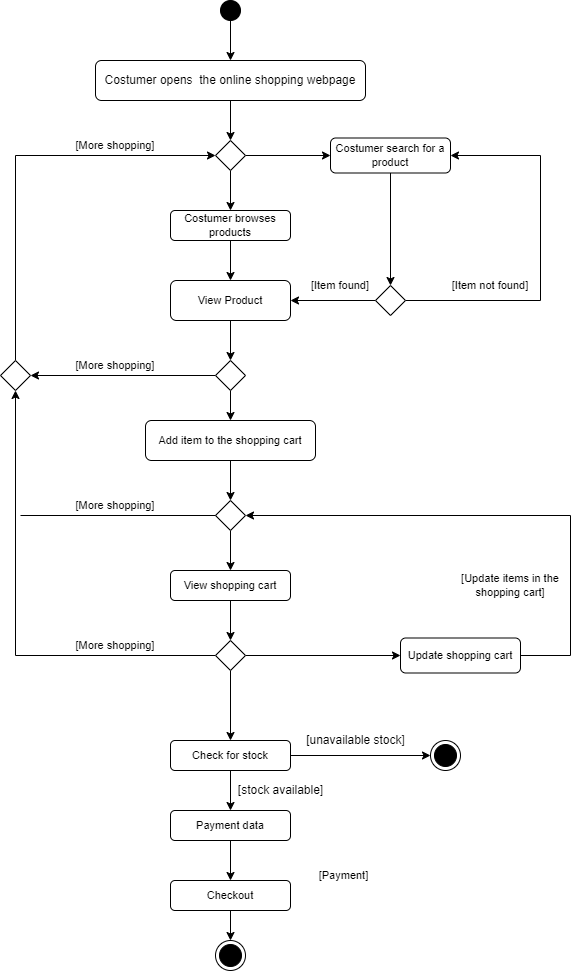
The draw.io diagram diagramas/Diagrama de atividades.png in JoshuaJones27/FetchCode, before a commit. Source tidied: cells renumbered, new cells last; positions are measured from the earlier drawing's top-left corner, leaving out a move shared by most shapes.
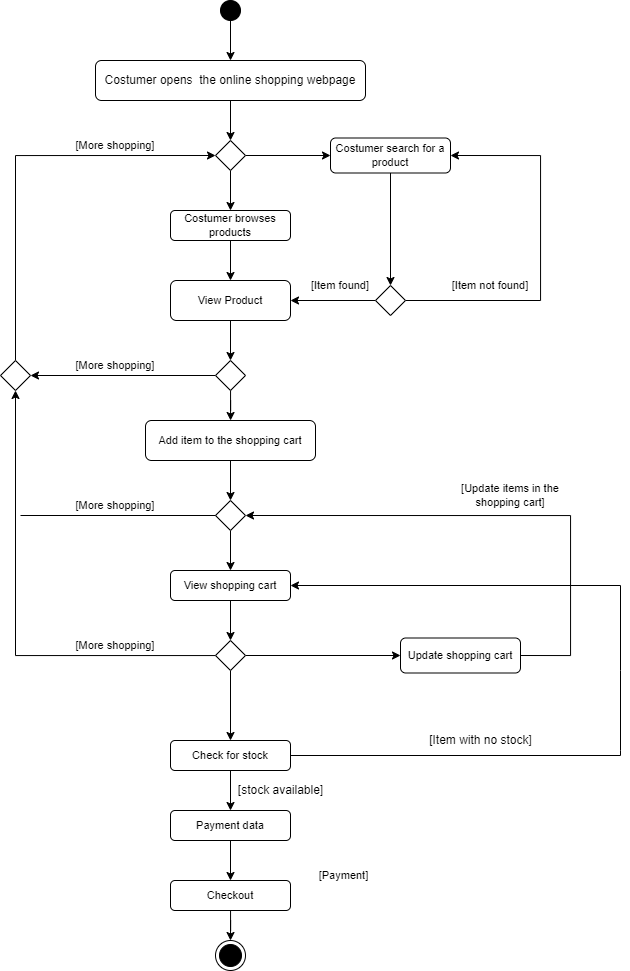
After the change.

Change to the diagram source:
```diff
@@ -138,7 +138,7 @@
       <mxGeometry x="65" y="630" width="100" height="30" as="geometry" />
     </mxCell>
     <mxCell id="41" value="[Update items in the shopping cart]" style="text;html=1;strokeColor=none;fillColor=none;align=center;verticalAlign=middle;whiteSpace=wrap;rounded=0;fontSize=11;" parent="1" vertex="1">
-      <mxGeometry x="460" y="570" width="100" height="30" as="geometry" />
+      <mxGeometry x="460" y="480" width="100" height="30" as="geometry" />
     </mxCell>
     <mxCell id="42" value="[Item found]" style="text;html=1;strokeColor=none;fillColor=none;align=center;verticalAlign=middle;whiteSpace=wrap;rounded=0;fontSize=11;" parent="1" vertex="1">
       <mxGeometry x="290" y="270" width="100" height="30" as="geometry" />
@@ -158,11 +158,6 @@
     <mxCell id="47" style="edgeStyle=orthogonalEdgeStyle;rounded=0;jettySize=auto;html=1;" parent="1" edge="1" source="49" target="46">
       <mxGeometry relative="1" as="geometry" />
     </mxCell>
-    <mxCell id="48" style="edgeStyle=orthogonalEdgeStyle;rounded=0;jettySize=auto;html=1;" parent="1" edge="1" source="49">
-      <mxGeometry relative="1" as="geometry">
-        <mxPoint x="430" y="755" as="targetPoint" />
-      </mxGeometry>
-    </mxCell>
     <mxCell id="49" value="Check for stock" style="rounded=1;whiteSpace=wrap;html=1;fontSize=11;strokeWidth=1;fillColor=#FFFFFF;" parent="1" vertex="1">
       <mxGeometry x="170" y="740" width="120" height="30" as="geometry" />
     </mxCell>
@@ -175,11 +170,18 @@
     <mxCell id="52" value="[stock available]" style="text;html=1;align=center;verticalAlign=middle;strokeColor=none;fillColor=none;" parent="1" vertex="1">
       <mxGeometry x="230" y="780" width="100" height="20" as="geometry" />
     </mxCell>
-    <mxCell id="53" value="[unavailable stock]" style="text;html=1;align=center;verticalAlign=middle;strokeColor=none;fillColor=none;" parent="1" vertex="1">
-      <mxGeometry x="300" y="730" width="110" height="20" as="geometry" />
-    </mxCell>
-    <mxCell id="54" style="ellipse;html=1;shape=endState;fillColor=#000000;strokeColor=#000000;fontSize=11;" parent="1" vertex="1">
-      <mxGeometry x="430" y="740" width="30" height="30" as="geometry" />
-    </mxCell>
+    <mxCell id="55" style="endArrow=classic;html=1;rounded=0;entryX=1;entryY=0.5;entryDx=0;entryDy=0;exitX=1;exitY=0.5;exitDx=0;exitDy=0;" parent="1" edge="1" source="49" target="28">
+      <mxGeometry relative="1" as="geometry">
+        <Array as="points">
+          <mxPoint x="620" y="755" />
+          <mxPoint x="620" y="750" />
+          <mxPoint x="620" y="670" />
+          <mxPoint x="620" y="585" />
+        </Array>
+      </mxGeometry>
+    </mxCell>
+    <mxCell id="56" value="[Item with no stock]" style="text;html=1;align=center;verticalAlign=middle;strokeColor=none;fillColor=none;" parent="1" vertex="1">
+      <mxGeometry x="420" y="730" width="120" height="20" as="geometry" />
+    </mxCell>
   </root>
 </mxGraphModel>
```
